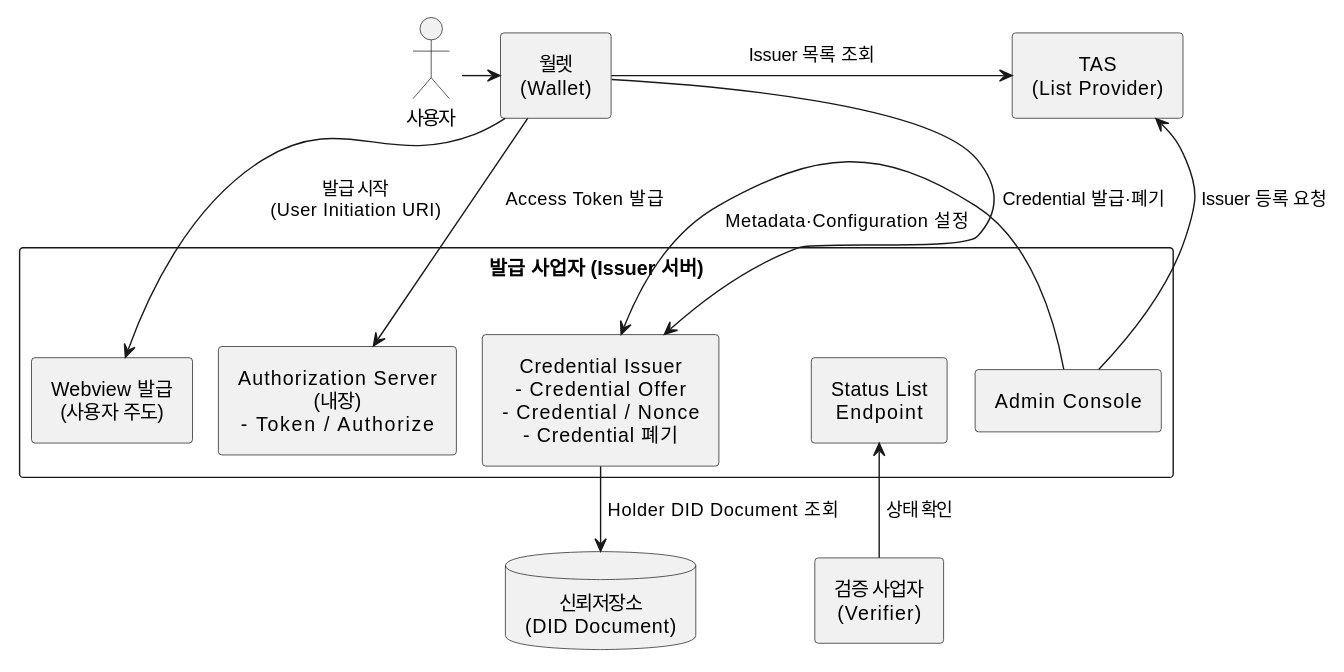
Earlier version of the PlantUML export docs/concepts/images/oid4vci_components_ko.svg (OmniOneID/did-doc-architecture).
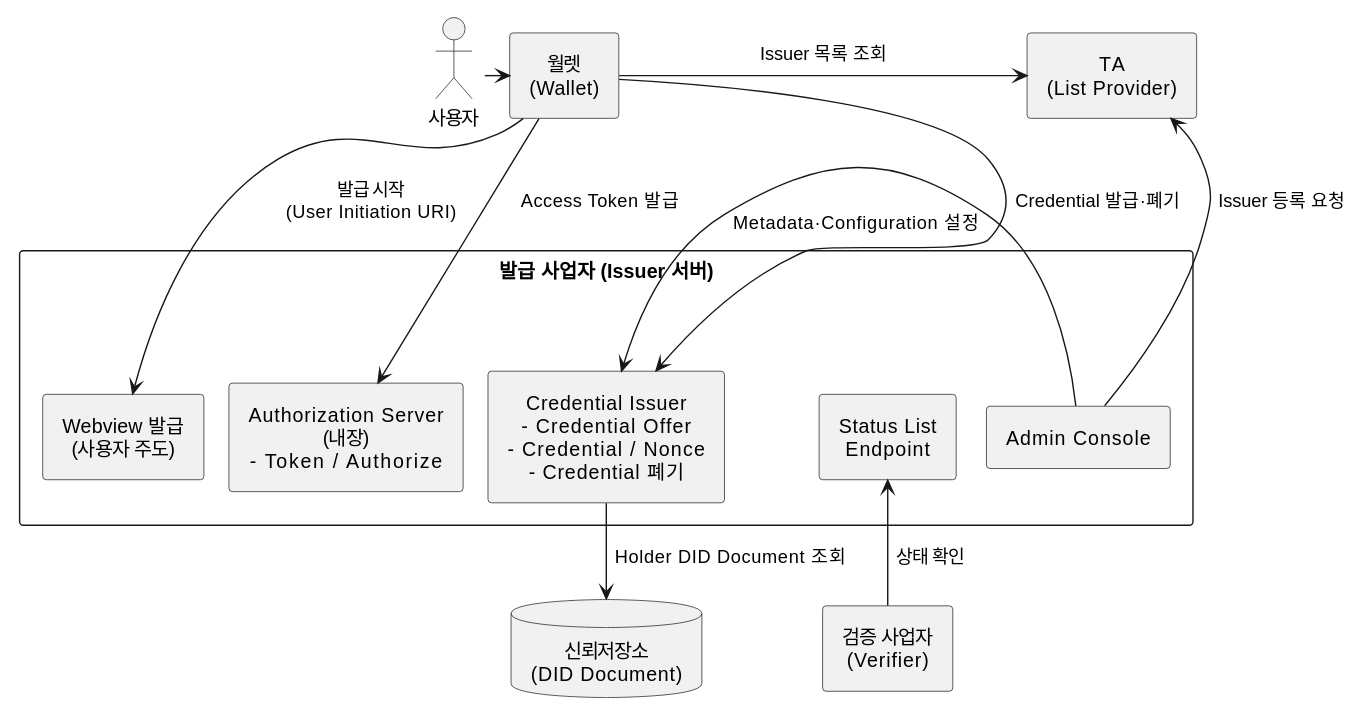
The same file after the commit.

Diff of the diagram source:
```diff
@@ -6,7 +6,7 @@
 
 actor "사용자" as user
 component "월렛\n(Wallet)" as wallet
-component "TAS\n(List Provider)" as tas
+component "TA\n(List Provider)" as tas
 
 rectangle "발급 사업자 (Issuer 서버)" {
     component "Webview 발급\n(사용자 주도)" as web
```
